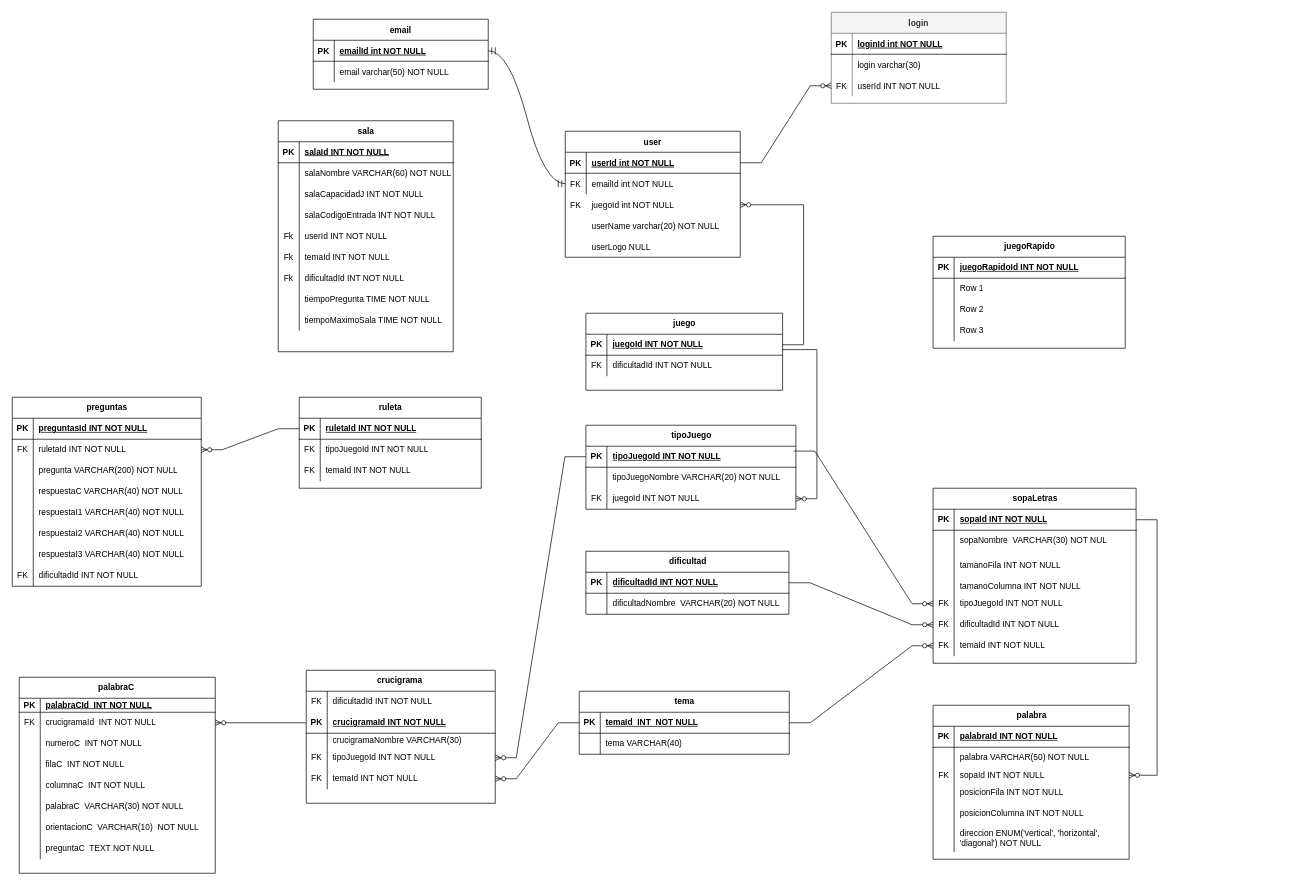
This is MER/MER_juego.drawio from MasacradorM/juegoConjuntos, a draw.io file, before an edit. Source tidied: cells renumbered, new cells numbered last; positions are measured from the earlier drawing's top-left corner, leaving out a move shared by most shapes. Both pictures are drawn from the tidied source at 70%, with x=0, y=0 at pixel (12, 12).
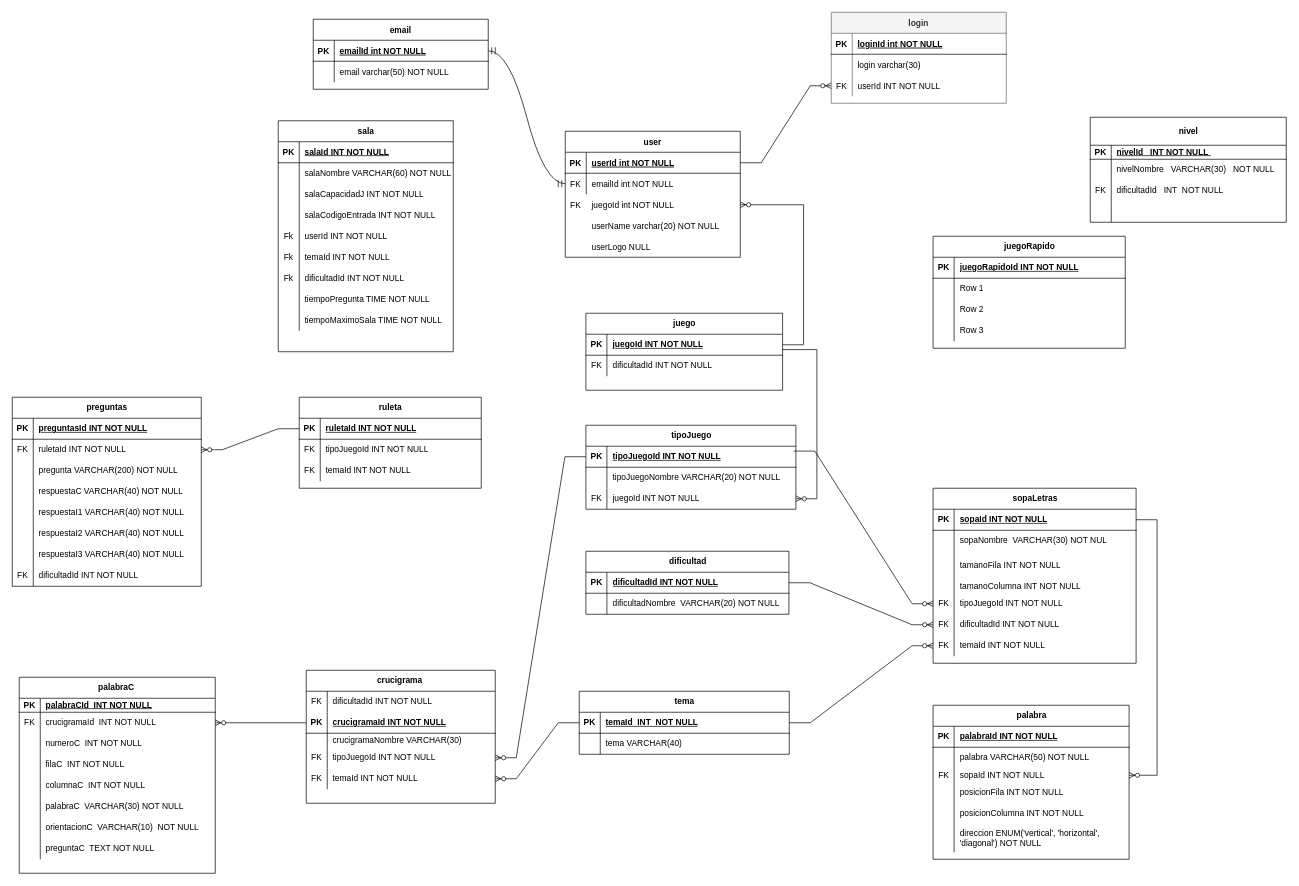
Above is the later version.

What changed in the source:
```diff
@@
+    <mxCell id="232" value="nivel" style="shape=table;startSize=40;childLayout=tableLayout;rowLines=0;fontStyle=1;align=center;html=1;" parent="1" vertex="1">
+      <mxGeometry x="1540" y="150" width="280" height="150" as="geometry" />
+    </mxCell>
+    <mxCell id="233" style="shape=tableRow;horizontal=0;startSize=0;swimlaneHead=0;swimlaneBody=0;fillColor=none;top=0;left=0;right=0;bottom=1;" parent="232" vertex="1">
+      <mxGeometry y="40" width="280" height="20" as="geometry" />
+    </mxCell>
+    <mxCell id="234" value="PK" style="shape=partialRectangle;fillColor=none;top=0;left=0;bottom=0;right=0;fontStyle=1;overflow=hidden;whiteSpace=wrap;html=1;" parent="233" vertex="1">
+      <mxGeometry width="30" height="20" as="geometry" />
+    </mxCell>
+    <mxCell id="235" value="nivelId&amp;nbsp; &amp;nbsp;INT NOT NULL&amp;nbsp;" style="shape=partialRectangle;fillColor=none;top=0;left=0;bottom=0;right=0;align=left;spacingLeft=6;fontStyle=5;overflow=hidden;whiteSpace=wrap;html=1;" parent="233" vertex="1">
+      <mxGeometry x="30" width="250" height="20" as="geometry" />
+    </mxCell>
+    <mxCell id="236" style="shape=tableRow;horizontal=0;startSize=0;swimlaneHead=0;swimlaneBody=0;fillColor=none;top=0;left=0;right=0;bottom=0;" parent="232" vertex="1">
+      <mxGeometry y="60" width="280" height="30" as="geometry" />
+    </mxCell>
+    <mxCell id="237" style="shape=partialRectangle;fillColor=none;top=0;left=0;bottom=0;right=0;overflow=hidden;whiteSpace=wrap;html=1;" parent="236" vertex="1">
+      <mxGeometry width="30" height="30" as="geometry" />
+    </mxCell>
+    <mxCell id="238" value="nivelNombre&amp;nbsp; &amp;nbsp;VARCHAR(30)&amp;nbsp; &amp;nbsp;NOT NULL" style="shape=partialRectangle;fillColor=none;top=0;left=0;bottom=0;right=0;align=left;spacingLeft=6;overflow=hidden;whiteSpace=wrap;html=1;" parent="236" vertex="1">
+      <mxGeometry x="30" width="250" height="30" as="geometry" />
+    </mxCell>
+    <mxCell id="239" style="shape=tableRow;horizontal=0;startSize=0;swimlaneHead=0;swimlaneBody=0;fillColor=none;top=0;left=0;right=0;bottom=0;" parent="232" vertex="1">
+      <mxGeometry y="90" width="280" height="30" as="geometry" />
+    </mxCell>
+    <mxCell id="240" value="FK" style="shape=partialRectangle;fillColor=none;top=0;left=0;bottom=0;right=0;overflow=hidden;whiteSpace=wrap;html=1;" parent="239" vertex="1">
+      <mxGeometry width="30" height="30" as="geometry" />
+    </mxCell>
+    <mxCell id="241" value="dificultadId&amp;nbsp; &amp;nbsp;INT&amp;nbsp; NOT NULL" style="shape=partialRectangle;fillColor=none;top=0;left=0;bottom=0;right=0;align=left;spacingLeft=6;overflow=hidden;whiteSpace=wrap;html=1;" parent="239" vertex="1">
+      <mxGeometry x="30" width="250" height="30" as="geometry" />
+    </mxCell>
+    <mxCell id="242" style="shape=tableRow;horizontal=0;startSize=0;swimlaneHead=0;swimlaneBody=0;fillColor=none;top=0;left=0;right=0;bottom=0;" parent="232" vertex="1">
+      <mxGeometry y="120" width="280" height="30" as="geometry" />
+    </mxCell>
+    <mxCell id="243" style="shape=partialRectangle;fillColor=none;top=0;left=0;bottom=0;right=0;overflow=hidden;whiteSpace=wrap;html=1;" parent="242" vertex="1">
+      <mxGeometry width="30" height="30" as="geometry" />
+    </mxCell>
+    <mxCell id="244" style="shape=partialRectangle;fillColor=none;top=0;left=0;bottom=0;right=0;align=left;spacingLeft=6;overflow=hidden;whiteSpace=wrap;html=1;" parent="242" vertex="1">
+      <mxGeometry x="30" width="250" height="30" as="geometry" />
+    </mxCell>
```
